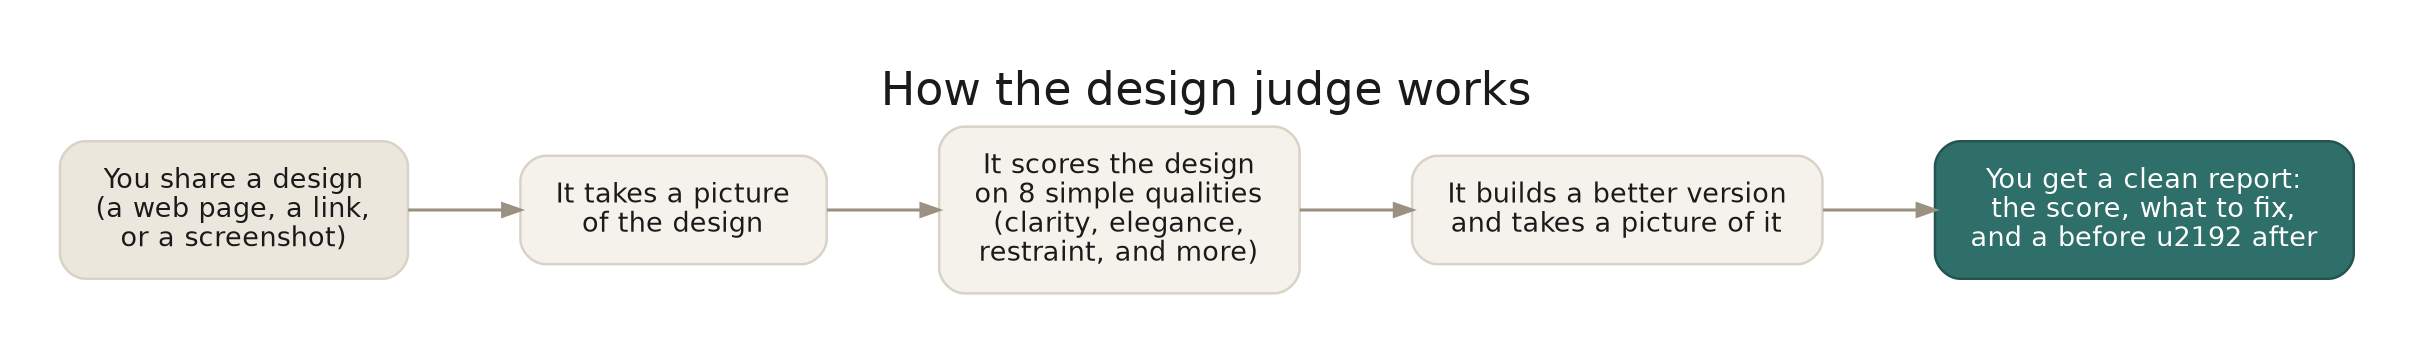
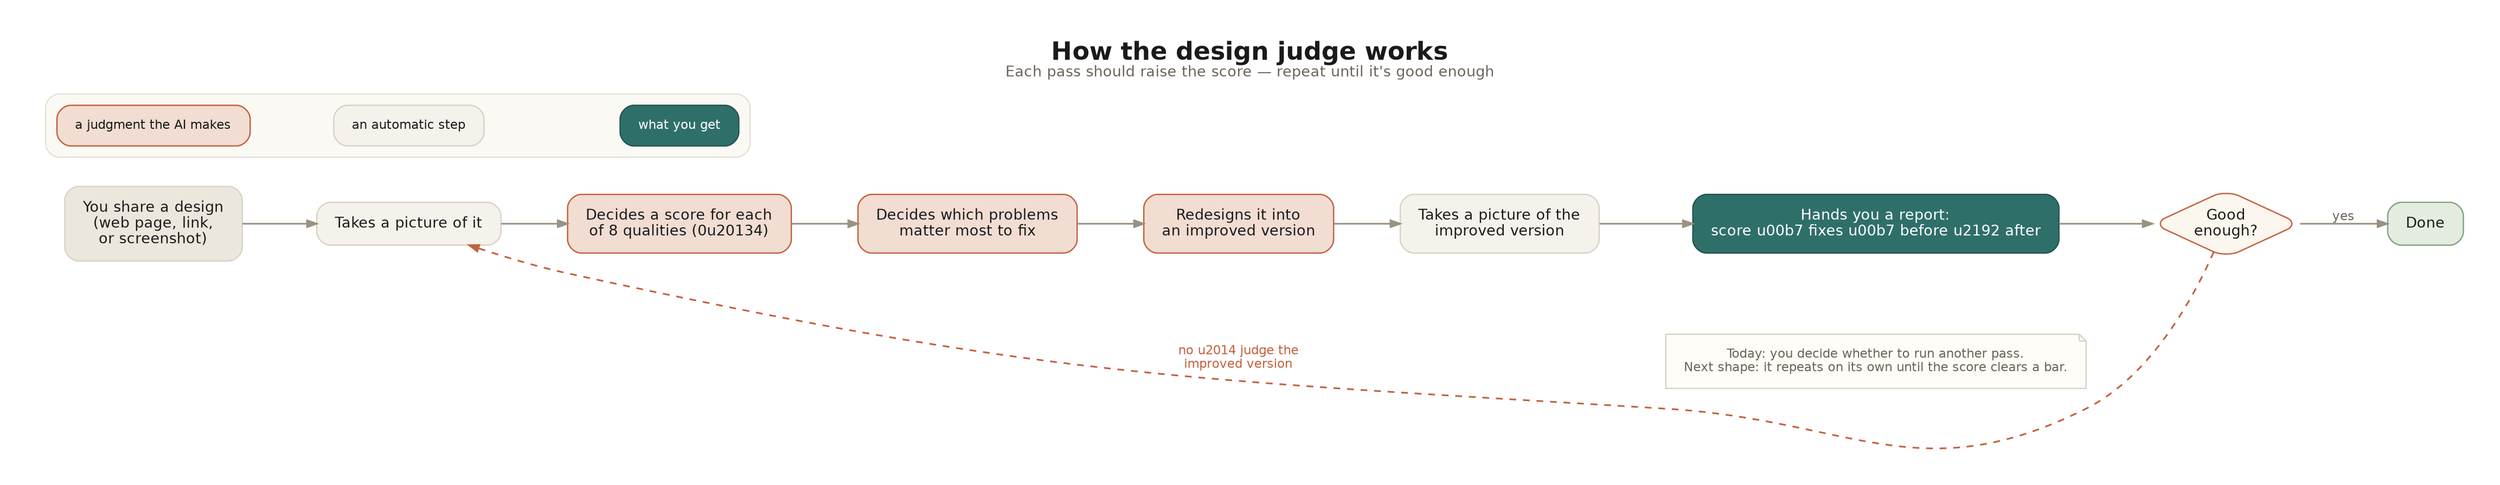
- // How the design judge works — plain-language workflow.
+ // How the design judge works — shows AI judgments vs automatic steps, and the loop.
// Render: dot -Tpng -Gdpi=150 docs/design-loop-workflow.dot -o docs/design-loop-workflow.png
digraph design_loop {
  rankdir=LR;
  bgcolor="white";
-   pad=0.4;
+   pad=0.45;
  nodesep=0.5;
-   ranksep=0.75;
+   ranksep=0.8;
  fontname="Helvetica";
  labelloc="t";
  fontsize=22;
  fontcolor="#1A1A1A";
-   label="How the design judge works";
+   label=<<b>How the design judge works</b><br/><font point-size="13" color="#6B6357">Each pass should raise the score — repeat until it's good enough</font>>;

  node [shape=box, style="rounded,filled", fontname="Helvetica", fontsize=13,
        color="#D8D2C7", fillcolor="#F5F2EC", fontcolor="#1A1A1A",
-         margin="0.24,0.17", penwidth=1.2];
-   edge [color="#9A9182", penwidth=1.5, arrowsize=0.85];
+         margin="0.22,0.16", penwidth=1.2];
+   edge [color="#9A9182", penwidth=1.5, arrowsize=0.85, fontname="Helvetica",
+         fontsize=11, fontcolor="#6B6357"];

-   start  [label="You share a design\n(a web page, a link,\nor a screenshot)", fillcolor="#ECE7DD"];
-   shot   [label="It takes a picture\nof the design"];
-   score  [label="It scores the design\non 8 simple qualities\n(clarity, elegance,\nrestraint, and more)"];
-   build  [label="It builds a better version\nand takes a picture of it"];
-   report [label="You get a clean report:\nthe score, what to fix,\nand a before \u2192 after",
+   // Automatic (mechanical) steps — neutral
+   share [label="You share a design\n(web page, link,\nor screenshot)", fillcolor="#ECE7DD"];
+   pic1  [label="Takes a picture of it"];
+   pic2  [label="Takes a picture of the\nimproved version"];
+ 
+   // AI judgments — terracotta (these are the decisions the model makes)
+   score   [label="Decides a score for each\nof 8 qualities (0\u20134)", fillcolor="#F1DDD2", color="#C2613F"];
+   pick    [label="Decides which problems\nmatter most to fix", fillcolor="#F1DDD2", color="#C2613F"];
+   rebuild [label="Redesigns it into\nan improved version", fillcolor="#F1DDD2", color="#C2613F"];
+ 
+   // What you get — teal
+   report [label="Hands you a report:\nscore \u00b7 fixes \u00b7 before \u2192 after",
          fillcolor="#2F6F6A", fontcolor="white", color="#24544F"];

-   start -> shot -> score -> build -> report;
+   // The human/loop decision
+   check [shape=diamond, label="Good\nenough?", fillcolor="#FBF6EE", color="#C2613F", margin="0.05,0.02"];
+   done  [label="Done", fillcolor="#E4ECE0", color="#7FA487"];
+ 
+   share -> pic1 -> score -> pick -> rebuild -> pic2 -> report -> check;
+   check -> done [label="yes"];
+   check -> pic1 [label="no \u2014 judge the\nimproved version", style=dashed,
+                  color="#C2613F", fontcolor="#C2613F", constraint=false];
+ 
+   // Honest note about today vs. next
+   note [shape=note, fillcolor="#FFFDF8", color="#D8D2C7", fontsize=11, fontcolor="#6B6357",
+         label="Today: you decide whether to run another pass.\nNext shape: it repeats on its own until the score clears a bar."];
+   report -> note [style=invis];
+   { rank=same; report; note; }
+ 
+   // Legend
+   subgraph cluster_legend {
+     label="";
+     style="rounded,filled"; fillcolor="#FBF9F4"; color="#E3DCCF"; margin=10;
+     lj [label="a judgment the AI makes", fillcolor="#F1DDD2", color="#C2613F", fontsize=11];
+     la [label="an automatic step", fillcolor="#F5F2EC", fontsize=11];
+     lr [label="what you get", fillcolor="#2F6F6A", fontcolor="white", color="#24544F", fontsize=11];
+     lj -> la -> lr [style=invis];
+   }
}
